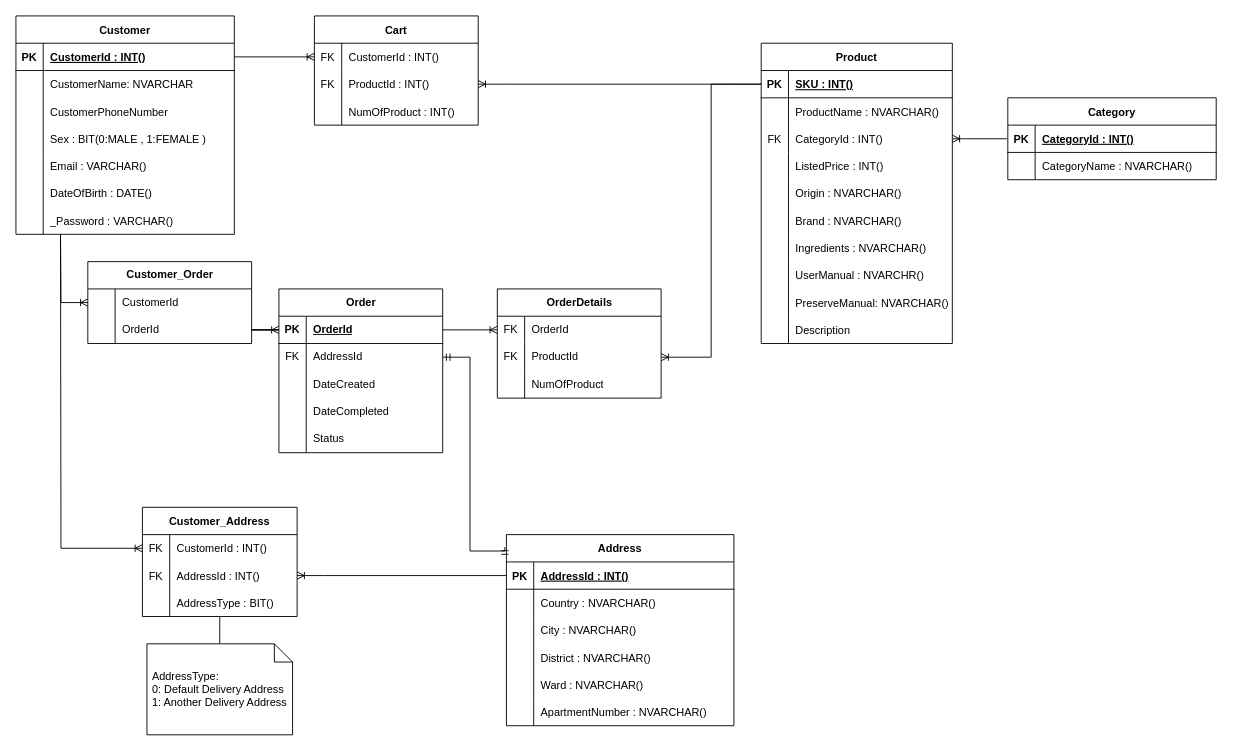
Earlier version of the draw.io diagram page "Database" (6 of 9) of __document/diagram/PBL03.drawio (BlenDMinh/PBL03). Source tidied: cells renumbered, new cells numbered last; positions are measured from the earlier drawing's top-left corner, leaving out a move shared by most shapes. Both pictures are drawn from the tidied source at 91%, with x=0, y=0 at pixel (15, 15).
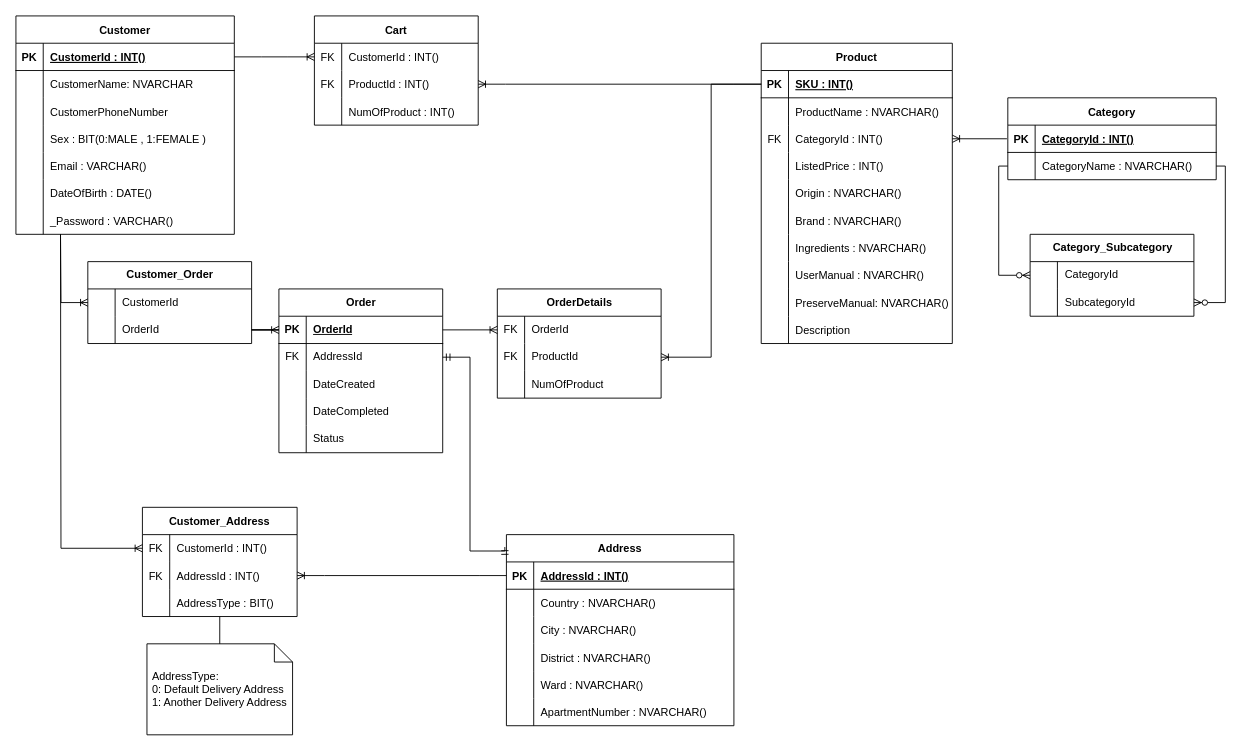
The same page after the edit.

The change refers to these unchanged cells:
```xml
<mxCell id="37" style="shape=tableRow;horizontal=0;startSize=0;swimlaneHead=0;swimlaneBody=0;fillColor=none;points=[[0,0.5],[1,0.5]];portConstraint=eastwest;top=0;left=0;right=0;bottom=0;" parent="33" vertex="1">
  <mxGeometry y="60" width="229" height="30" as="geometry" />
</mxCell>
```

The edit, as a diff of the source:
```diff
@@
+    <mxCell id="146" value="Category_Subcategory" style="shape=table;startSize=30;childLayout=tableLayout;rowLines=0;fontStyle=1;align=center;html=1;" parent="1" vertex="1">
+      <mxGeometry x="1114.5" y="240" width="180" height="90" as="geometry" />
+    </mxCell>
+    <mxCell id="147" style="shape=tableRow;horizontal=0;startSize=0;swimlaneHead=0;swimlaneBody=0;fillColor=none;points=[[0,0.5],[1,0.5]];portConstraint=eastwest;top=0;left=0;right=0;bottom=0;" parent="146" vertex="1">
+      <mxGeometry y="30" width="180" height="30" as="geometry" />
+    </mxCell>
+    <mxCell id="148" style="shape=partialRectangle;fillColor=none;top=0;left=0;bottom=0;right=0;overflow=hidden;whiteSpace=wrap;html=1;" parent="147" vertex="1">
+      <mxGeometry width="30" height="30" as="geometry" />
+    </mxCell>
+    <mxCell id="149" value="CategoryId" style="shape=partialRectangle;fillColor=none;top=0;left=0;bottom=0;right=0;align=left;spacingLeft=6;overflow=hidden;whiteSpace=wrap;html=1;" parent="147" vertex="1">
+      <mxGeometry x="30" width="150" height="30" as="geometry" />
+    </mxCell>
+    <mxCell id="150" style="shape=tableRow;horizontal=0;startSize=0;swimlaneHead=0;swimlaneBody=0;fillColor=none;points=[[0,0.5],[1,0.5]];portConstraint=eastwest;top=0;left=0;right=0;bottom=0;" parent="146" vertex="1">
+      <mxGeometry y="60" width="180" height="30" as="geometry" />
+    </mxCell>
+    <mxCell id="151" style="shape=partialRectangle;fillColor=none;top=0;left=0;bottom=0;right=0;overflow=hidden;whiteSpace=wrap;html=1;" parent="150" vertex="1">
+      <mxGeometry width="30" height="30" as="geometry" />
+    </mxCell>
+    <mxCell id="152" value="SubcategoryId" style="shape=partialRectangle;fillColor=none;top=0;left=0;bottom=0;right=0;align=left;spacingLeft=6;overflow=hidden;whiteSpace=wrap;html=1;" parent="150" vertex="1">
+      <mxGeometry x="30" width="150" height="30" as="geometry" />
+    </mxCell>
+    <mxCell id="153" style="edgeStyle=orthogonalEdgeStyle;fontSize=12;html=1;endArrow=ERzeroToMany;endFill=1;rounded=0;exitX=0;exitY=0.5;exitDx=0;exitDy=0;entryX=0;entryY=0.5;entryDx=0;entryDy=0;" parent="1" edge="1" source="37" target="147">
+      <mxGeometry relative="1" as="geometry" />
+    </mxCell>
+    <mxCell id="154" style="edgeStyle=orthogonalEdgeStyle;fontSize=12;html=1;endArrow=ERzeroToMany;endFill=1;rounded=0;exitX=1;exitY=0.5;exitDx=0;exitDy=0;entryX=1;entryY=0.5;entryDx=0;entryDy=0;" parent="1" edge="1" source="37" target="150">
+      <mxGeometry relative="1" as="geometry" />
+    </mxCell>
```
